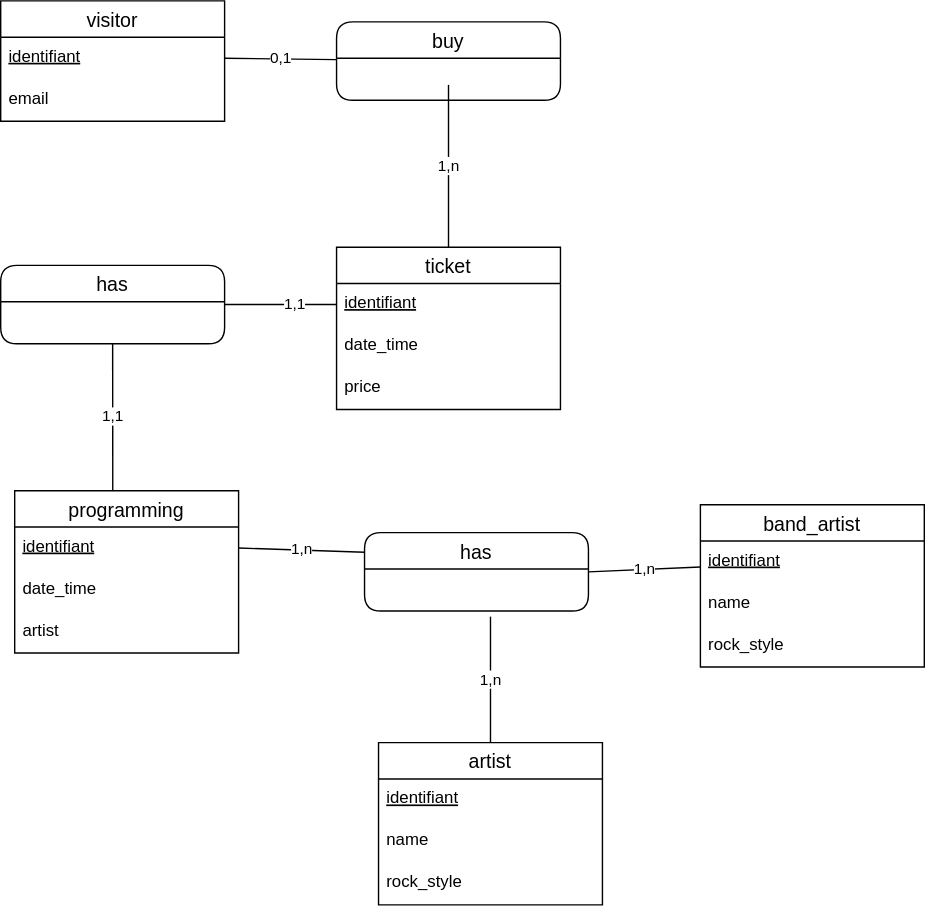
The draw.io diagram code/server/merise/MCD.festivalrockny2.drawio.svg in Discrae/Rockny2, before a commit. Source tidied: cells renumbered, new cells last; positions are measured from the earlier drawing's top-left corner, leaving out a move shared by most shapes.
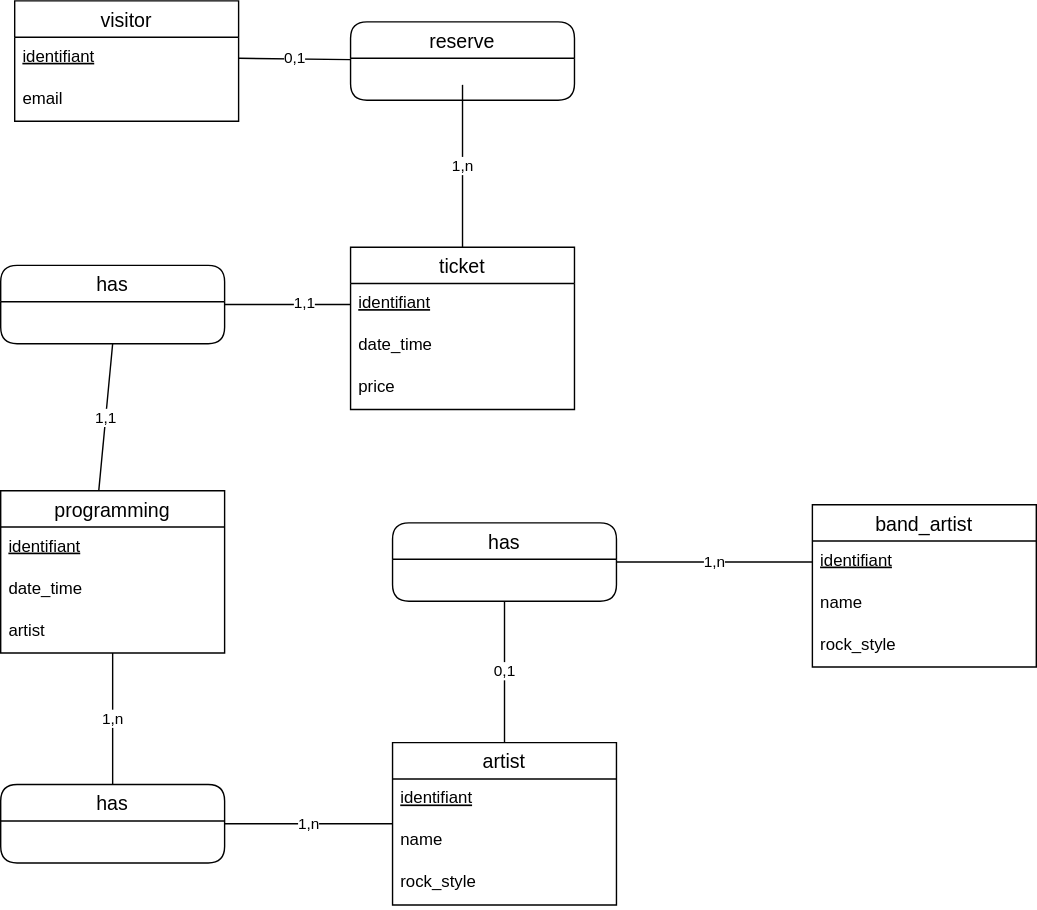
The same file after the commit.

What changed in the source:
```diff
@@ -24,7 +24,7 @@
       <mxGeometry y="86" width="160" height="30" as="geometry" />
     </mxCell>
     <mxCell id="9" value="programming" style="swimlane;fontStyle=0;horizontal=1;startSize=26;align=center;fontSize=14;" parent="1" vertex="1">
-      <mxGeometry x="10" y="350" width="160" height="116" as="geometry" />
+      <mxGeometry x="-10" y="350" width="160" height="116" as="geometry" />
     </mxCell>
     <mxCell id="10" value="identifiant" style="text;strokeColor=none;fillColor=none;spacingLeft=4;spacingRight=4;overflow=hidden;points=[[0,0.5],[1,0.5]];portConstraint=eastwest;fontSize=12;fontStyle=4;" parent="9" vertex="1">
       <mxGeometry y="26" width="160" height="30" as="geometry" />
@@ -50,7 +50,7 @@
     <mxCell id="17" value="0,1" style="endArrow=none;html=1;rounded=0;exitX=1;exitY=0.5;exitDx=0;exitDy=0;" parent="1" edge="1" source="3" target="18">
       <mxGeometry relative="1" as="geometry" />
     </mxCell>
-    <mxCell id="18" value="buy" style="swimlane;fontStyle=0;horizontal=1;startSize=26;align=center;fontSize=14;rounded=1;" parent="1" vertex="1">
+    <mxCell id="18" value="reserve" style="swimlane;fontStyle=0;horizontal=1;startSize=26;align=center;fontSize=14;rounded=1;" parent="1" vertex="1">
       <mxGeometry x="240" y="15" width="160" height="56" as="geometry" />
     </mxCell>
     <mxCell id="19" value="1,n" style="endArrow=none;html=1;rounded=0;entryX=0.5;entryY=0;entryDx=0;entryDy=0;" parent="1" edge="1" target="5">
@@ -58,16 +58,14 @@
         <mxPoint x="320" y="60" as="sourcePoint" />
       </mxGeometry>
     </mxCell>
-    <mxCell id="20" value="1,n" style="endArrow=none;html=1;rounded=0;" parent="1" edge="1" target="13">
-      <mxGeometry relative="1" as="geometry">
-        <mxPoint x="350" y="440" as="sourcePoint" />
-      </mxGeometry>
+    <mxCell id="20" value="1,n" style="endArrow=none;html=1;rounded=0;" parent="1" edge="1" source="21" target="13">
+      <mxGeometry relative="1" as="geometry" />
     </mxCell>
     <mxCell id="21" value="has" style="swimlane;fontStyle=0;horizontal=1;startSize=26;align=center;fontSize=14;rounded=1;" parent="1" vertex="1">
-      <mxGeometry x="260" y="380" width="160" height="56" as="geometry" />
+      <mxGeometry x="-10" y="560" width="160" height="56" as="geometry" />
     </mxCell>
     <mxCell id="22" value="has" style="swimlane;fontStyle=0;horizontal=1;startSize=26;align=center;fontSize=14;rounded=1;" parent="1" vertex="1">
-      <mxGeometry y="189" width="160" height="56" as="geometry" />
+      <mxGeometry x="-10" y="189" width="160" height="56" as="geometry" />
     </mxCell>
     <mxCell id="23" value="1,1" style="endArrow=none;html=1;rounded=0;exitX=0.438;exitY=0;exitDx=0;exitDy=0;exitPerimeter=0;entryX=0.5;entryY=1;entryDx=0;entryDy=0;" parent="1" edge="1" source="9" target="22">
       <mxGeometry relative="1" as="geometry" />
@@ -78,11 +76,11 @@
     <mxCell id="25" value="1,1" style="edgeLabel;html=1;align=center;verticalAlign=middle;" parent="24" vertex="1">
       <mxGeometry x="0.24" y="1" relative="1" as="geometry" />
     </mxCell>
-    <mxCell id="26" value="1,n" style="endArrow=none;html=1;rounded=0;exitX=1;exitY=0.5;exitDx=0;exitDy=0;entryX=0;entryY=0.25;entryDx=0;entryDy=0;" parent="1" edge="1" source="10" target="21">
+    <mxCell id="26" value="1,n" style="endArrow=none;html=1;rounded=0;" parent="1" edge="1" source="9" target="21">
       <mxGeometry relative="1" as="geometry" />
     </mxCell>
     <mxCell id="27" value=" band_artist" style="swimlane;fontStyle=0;horizontal=1;startSize=26;align=center;fontSize=14;" parent="1" vertex="1">
-      <mxGeometry x="500" y="360" width="160" height="116" as="geometry" />
+      <mxGeometry x="570" y="360" width="160" height="116" as="geometry" />
     </mxCell>
     <mxCell id="28" value="identifiant" style="text;strokeColor=none;fillColor=none;spacingLeft=4;spacingRight=4;overflow=hidden;points=[[0,0.5],[1,0.5]];portConstraint=eastwest;fontSize=12;fontStyle=4;" parent="27" vertex="1">
       <mxGeometry y="26" width="160" height="30" as="geometry" />
@@ -93,8 +91,14 @@
     <mxCell id="30" value="rock_style" style="text;strokeColor=none;fillColor=none;spacingLeft=4;spacingRight=4;overflow=hidden;fontSize=12;" parent="27" vertex="1">
       <mxGeometry y="86" width="160" height="30" as="geometry" />
     </mxCell>
-    <mxCell id="31" value="1,n" style="endArrow=none;html=1;rounded=0;exitX=1;exitY=0.5;exitDx=0;exitDy=0;" parent="1" edge="1" source="21" target="28">
+    <mxCell id="31" value="1,n" style="endArrow=none;html=1;rounded=0;" parent="1" edge="1" source="32" target="28">
       <mxGeometry relative="1" as="geometry" />
     </mxCell>
+    <mxCell id="32" value="has" style="swimlane;fontStyle=0;horizontal=1;startSize=26;align=center;fontSize=14;rounded=1;" parent="1" vertex="1">
+      <mxGeometry x="270" y="373" width="160" height="56" as="geometry" />
+    </mxCell>
+    <mxCell id="33" value="0,1" style="endArrow=none;html=1;rounded=0;" parent="1" edge="1" source="32" target="13">
+      <mxGeometry relative="1" as="geometry" />
+    </mxCell>
   </root>
 </mxGraphModel>
```
